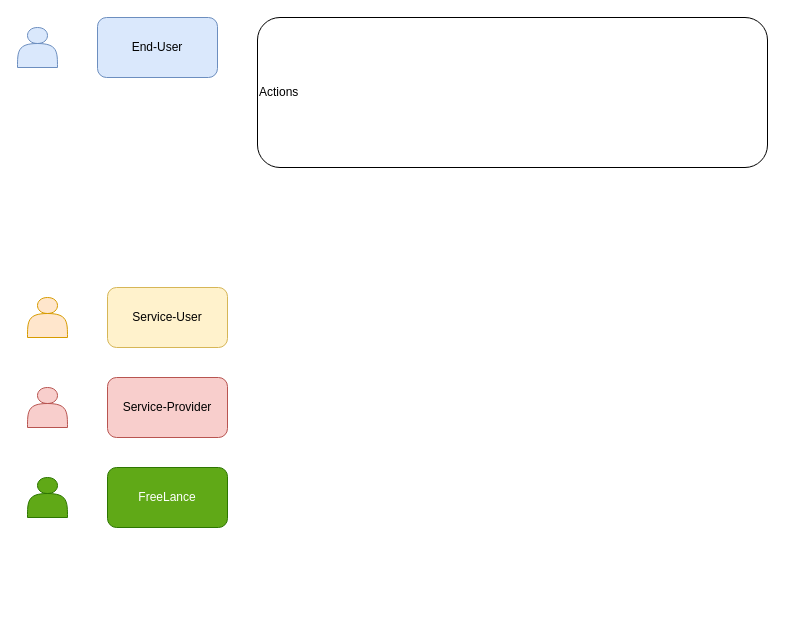
Above: Flow_Nursing_1.0.drawio in nathsomashis/Seva (draw.io), before the change. Source tidied: cells renumbered, new cells numbered last; positions are measured from the earlier drawing's top-left corner, leaving out a move shared by most shapes. Both pictures are drawn from the tidied source at 100%, with x=0, y=0 at pixel (17, 17).
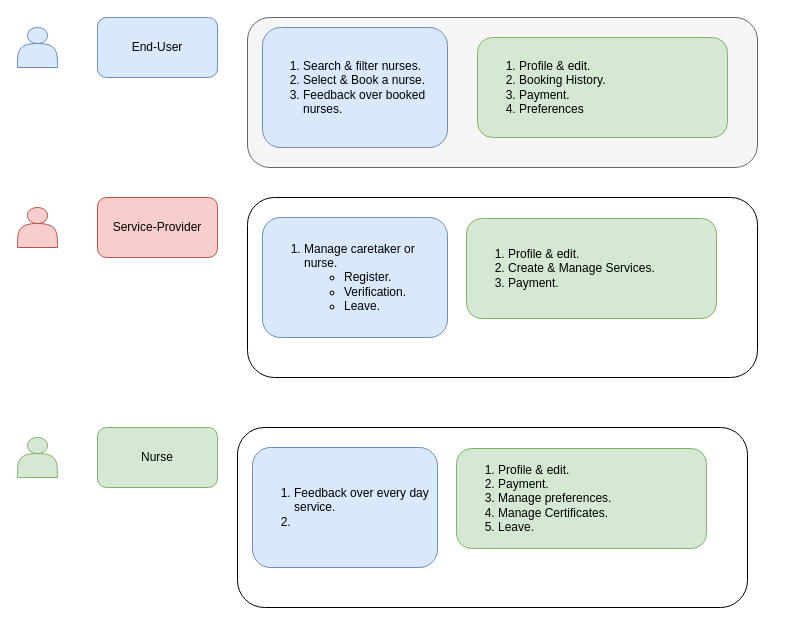
After the change.

Diff of the diagram source:
```diff
@@
 <mxGraphModel>
   <root>
     <mxCell id="0" />
     <mxCell id="1" parent="0" />
     <mxCell id="2" style="shape=actor;whiteSpace=wrap;html=1;fillColor=#dae8fc;strokeColor=#6c8ebf;" parent="1" vertex="1">
       <mxGeometry y="10" width="40" height="40" as="geometry" />
     </mxCell>
     <mxCell id="3" value="End-User" style="rounded=1;whiteSpace=wrap;html=1;fillColor=#dae8fc;strokeColor=#6c8ebf;" parent="1" vertex="1">
       <mxGeometry x="80" width="120" height="60" as="geometry" />
     </mxCell>
-    <mxCell id="4" style="shape=actor;whiteSpace=wrap;html=1;fillColor=#ffe6cc;strokeColor=#d79b00;" parent="1" vertex="1">
-      <mxGeometry x="10" y="280" width="40" height="40" as="geometry" />
-    </mxCell>
-    <mxCell id="5" value="Service-User" style="rounded=1;whiteSpace=wrap;html=1;fillColor=#fff2cc;strokeColor=#d6b656;" parent="1" vertex="1">
-      <mxGeometry x="90" y="270" width="120" height="60" as="geometry" />
-    </mxCell>
     <mxCell id="6" style="shape=actor;whiteSpace=wrap;html=1;fillColor=#f8cecc;strokeColor=#b85450;" parent="1" vertex="1">
-      <mxGeometry x="10" y="370" width="40" height="40" as="geometry" />
+      <mxGeometry y="190" width="40" height="40" as="geometry" />
     </mxCell>
     <mxCell id="7" value="Service-Provider" style="rounded=1;whiteSpace=wrap;html=1;fillColor=#f8cecc;strokeColor=#b85450;" parent="1" vertex="1">
-      <mxGeometry x="90" y="360" width="120" height="60" as="geometry" />
+      <mxGeometry x="80" y="180" width="120" height="60" as="geometry" />
     </mxCell>
-    <mxCell id="8" style="shape=actor;whiteSpace=wrap;html=1;fillColor=#60a917;strokeColor=#2D7600;fontColor=#ffffff;" parent="1" vertex="1">
-      <mxGeometry x="10" y="460" width="40" height="40" as="geometry" />
+    <mxCell id="8" style="shape=actor;whiteSpace=wrap;html=1;fillColor=#d5e8d4;strokeColor=#82b366;" parent="1" vertex="1">
+      <mxGeometry y="420" width="40" height="40" as="geometry" />
     </mxCell>
-    <mxCell id="9" value="FreeLance" style="rounded=1;whiteSpace=wrap;html=1;fillColor=#60a917;fontColor=#ffffff;strokeColor=#2D7600;" parent="1" vertex="1">
-      <mxGeometry x="90" y="450" width="120" height="60" as="geometry" />
+    <mxCell id="9" value="Nurse" style="rounded=1;whiteSpace=wrap;html=1;fillColor=#d5e8d4;strokeColor=#82b366;" parent="1" vertex="1">
+      <mxGeometry x="80" y="410" width="120" height="60" as="geometry" />
     </mxCell>
-    <mxCell id="10" value="&lt;p style=&quot;line-height: 130%;&quot;&gt;Actions&lt;/p&gt;" style="rounded=1;whiteSpace=wrap;html=1;align=left;" parent="1" vertex="1">
-      <mxGeometry x="240" width="510" height="150" as="geometry" />
+    <mxCell id="10" value="&lt;p style=&quot;line-height: 130%;&quot;&gt;&lt;/p&gt;&lt;br&gt;&lt;p&gt;&lt;/p&gt;" style="rounded=1;whiteSpace=wrap;html=1;align=left;fillColor=#f5f5f5;fontColor=#333333;strokeColor=#666666;" parent="1" vertex="1">
+      <mxGeometry x="230" width="510" height="150" as="geometry" />
     </mxCell>
+    <mxCell id="11" value="&lt;ol style=&quot;border-color: var(--border-color); text-align: left;&quot;&gt;&lt;li style=&quot;border-color: var(--border-color);&quot;&gt;Search &amp;amp; filter nurses.&lt;/li&gt;&lt;li style=&quot;border-color: var(--border-color);&quot;&gt;Select &amp;amp; Book a nurse.&lt;/li&gt;&lt;li style=&quot;border-color: var(--border-color);&quot;&gt;Feedback over booked nurses.&lt;/li&gt;&lt;/ol&gt;" style="rounded=1;whiteSpace=wrap;html=1;fillColor=#dae8fc;strokeColor=#6c8ebf;" parent="1" vertex="1">
+      <mxGeometry x="245" y="10" width="185" height="120" as="geometry" />
+    </mxCell>
+    <mxCell id="12" value="&lt;ol&gt;&lt;li&gt;Profile &amp;amp; edit.&lt;/li&gt;&lt;li&gt;Booking History.&lt;/li&gt;&lt;li&gt;Payment.&lt;/li&gt;&lt;li&gt;Preferences&lt;/li&gt;&lt;/ol&gt;" style="rounded=1;whiteSpace=wrap;html=1;align=left;fillColor=#d5e8d4;strokeColor=#82b366;" parent="1" vertex="1">
+      <mxGeometry x="460" y="20" width="250" height="100" as="geometry" />
+    </mxCell>
+    <mxCell id="13" style="rounded=1;whiteSpace=wrap;html=1;" parent="1" vertex="1">
+      <mxGeometry x="230" y="180" width="510" height="180" as="geometry" />
+    </mxCell>
+    <mxCell id="14" value="&lt;ol style=&quot;border-color: var(--border-color);&quot;&gt;&lt;li style=&quot;border-color: var(--border-color);&quot;&gt;Manage caretaker or nurse.&lt;/li&gt;&lt;ul&gt;&lt;li style=&quot;border-color: var(--border-color);&quot;&gt;Register.&lt;/li&gt;&lt;li style=&quot;border-color: var(--border-color);&quot;&gt;Verification.&lt;/li&gt;&lt;li style=&quot;border-color: var(--border-color);&quot;&gt;Leave.&lt;/li&gt;&lt;/ul&gt;&lt;/ol&gt;" style="rounded=1;whiteSpace=wrap;html=1;fillColor=#dae8fc;strokeColor=#6c8ebf;align=left;" parent="1" vertex="1">
+      <mxGeometry x="245" y="200" width="185" height="120" as="geometry" />
+    </mxCell>
+    <mxCell id="15" value="&lt;ol&gt;&lt;li&gt;Profile &amp;amp; edit.&lt;/li&gt;&lt;li&gt;Create &amp;amp; Manage Services.&lt;/li&gt;&lt;li&gt;Payment.&amp;nbsp;&lt;/li&gt;&lt;/ol&gt;" style="rounded=1;whiteSpace=wrap;html=1;align=left;fillColor=#d5e8d4;strokeColor=#82b366;" parent="1" vertex="1">
+      <mxGeometry x="449" y="201" width="250" height="100" as="geometry" />
+    </mxCell>
+    <mxCell id="16" style="rounded=1;whiteSpace=wrap;html=1;" parent="1" vertex="1">
+      <mxGeometry x="220" y="410" width="510" height="180" as="geometry" />
+    </mxCell>
+    <mxCell id="17" value="&lt;ol style=&quot;border-color: var(--border-color);&quot;&gt;&lt;li style=&quot;border-color: var(--border-color);&quot;&gt;Feedback over every day service.&lt;/li&gt;&lt;li style=&quot;border-color: var(--border-color);&quot;&gt;&lt;br&gt;&lt;/li&gt;&lt;/ol&gt;" style="rounded=1;whiteSpace=wrap;html=1;fillColor=#dae8fc;strokeColor=#6c8ebf;align=left;" parent="1" vertex="1">
+      <mxGeometry x="235" y="430" width="185" height="120" as="geometry" />
+    </mxCell>
+    <mxCell id="18" value="&lt;ol&gt;&lt;li&gt;Profile &amp;amp; edit.&lt;/li&gt;&lt;li&gt;Payment.&lt;/li&gt;&lt;li style=&quot;border-color: var(--border-color);&quot;&gt;Manage preferences.&lt;/li&gt;&lt;li style=&quot;border-color: var(--border-color);&quot;&gt;Manage Certificates.&lt;/li&gt;&lt;li style=&quot;border-color: var(--border-color);&quot;&gt;Leave.&lt;/li&gt;&lt;/ol&gt;" style="rounded=1;whiteSpace=wrap;html=1;align=left;fillColor=#d5e8d4;strokeColor=#82b366;" parent="1" vertex="1">
+      <mxGeometry x="439" y="431" width="250" height="100" as="geometry" />
+    </mxCell>
   </root>
 </mxGraphModel>
```
